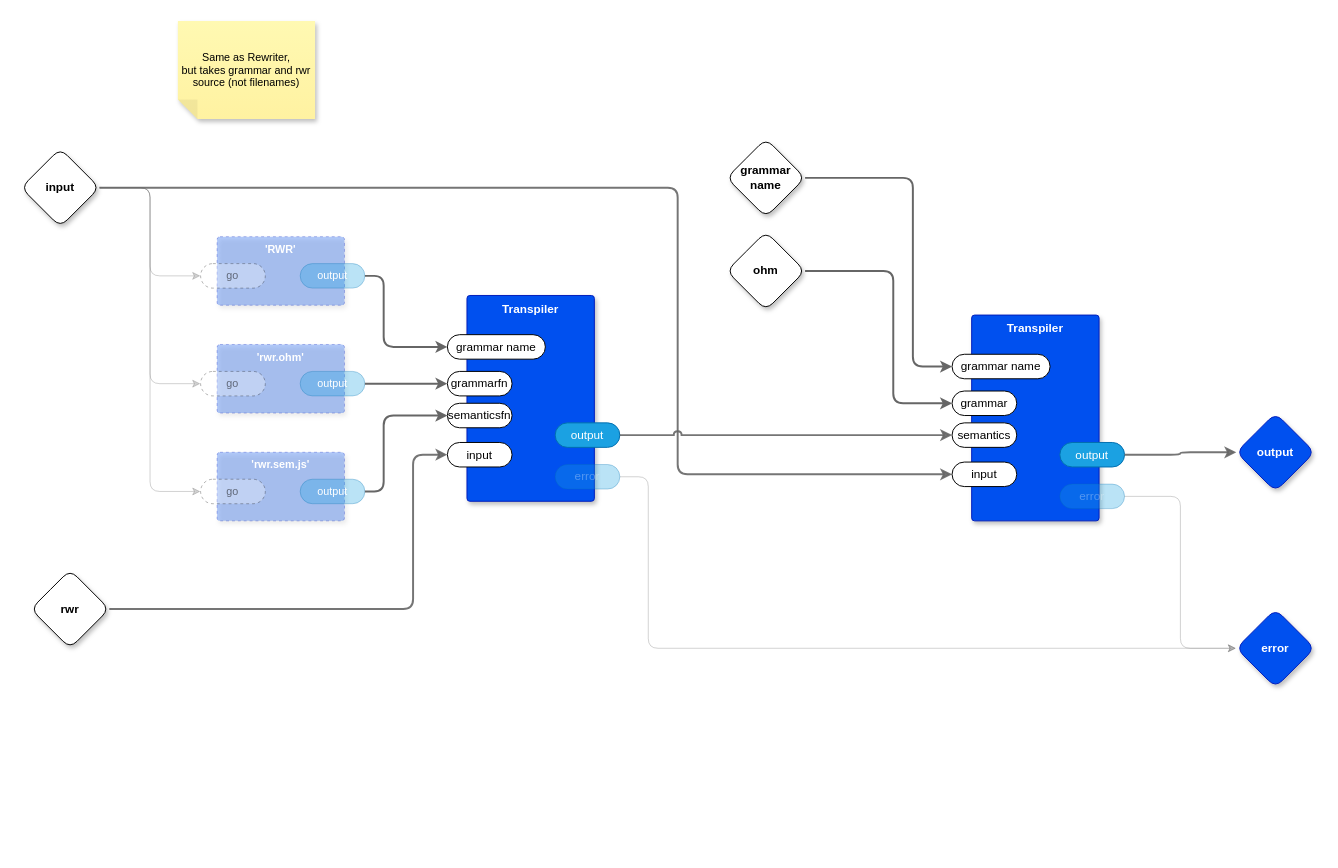
This is page "iRewriter" (13 of 24) of prolog/test.drawio from guitarvydas/transpiler, a draw.io file, before an edit. Source tidied: cells renumbered, new cells numbered last; positions are measured from the earlier drawing's top-left corner, leaving out a move shared by most shapes. Both pictures are drawn from the tidied source at 98%, with x=0, y=0 at pixel (21, 21).
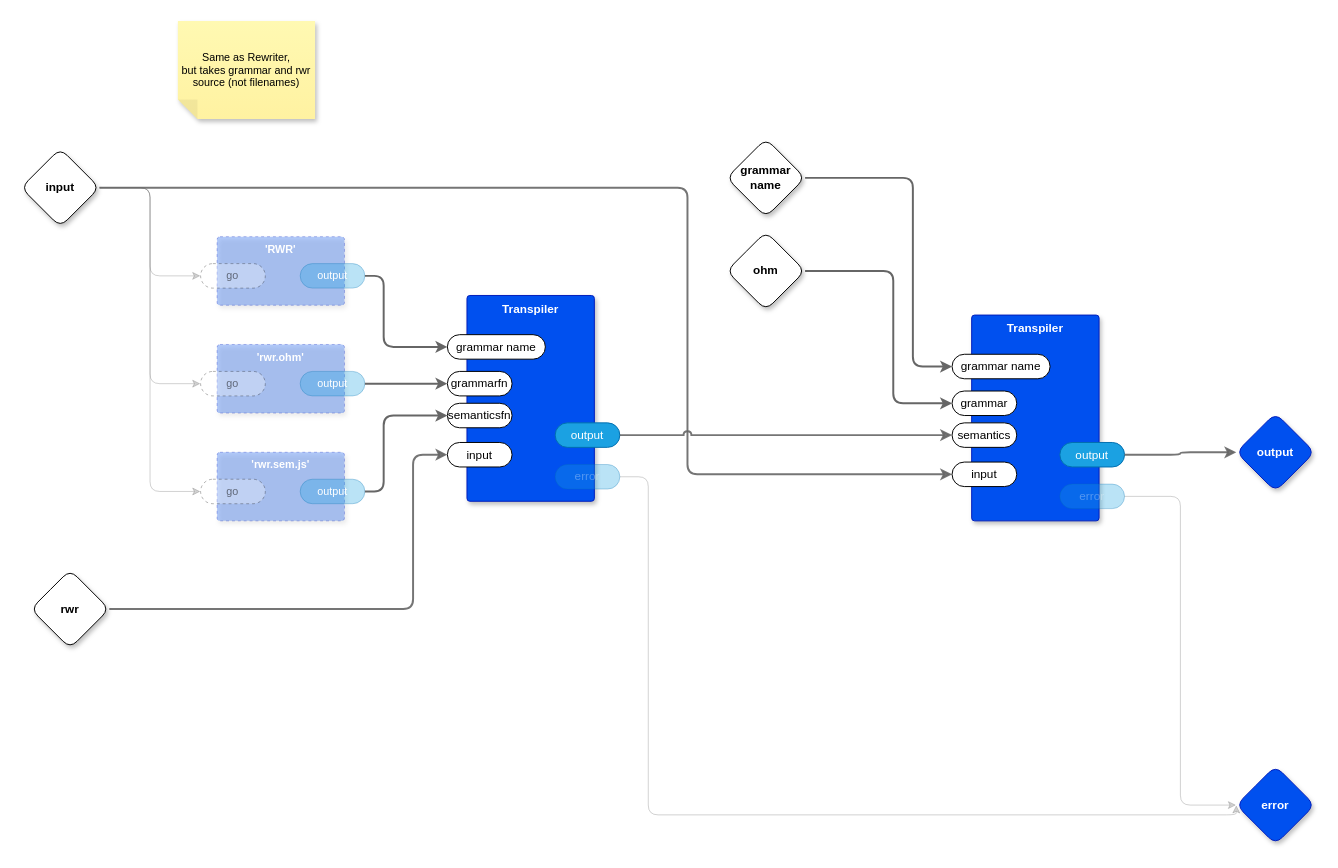
Above is the later version.

Unchanged cells that the change refers to:
```xml
<mxCell id="8" value="output" style="rounded=1;whiteSpace=wrap;html=1;sketch=0;points=[[0,0.5,0,0,0],[1,0.5,0,0,0]];fillColor=#1ba1e2;fontColor=#ffffff;strokeColor=#006EAF;arcSize=50;" parent="3" vertex="1">
  <mxGeometry x="90" y="130" width="66" height="25" as="geometry" />
</mxCell>
<mxCell id="9" value="error" style="rounded=1;whiteSpace=wrap;html=1;sketch=0;points=[[0,0.5,0,0,0],[1,0.5,0,0,0]];fillColor=#1ba1e2;fontColor=#ffffff;strokeColor=#006EAF;arcSize=50;opacity=30;textOpacity=30;" parent="3" vertex="1">
  <mxGeometry x="90" y="172.5" width="66" height="25" as="geometry" />
</mxCell>
<mxCell id="15" value="input" style="rhombus;whiteSpace=wrap;html=1;rounded=1;fontStyle=1;glass=0;sketch=0;fontSize=12;points=[[0,0.5,0,0,0],[0.5,0,0,0,0],[0.5,1,0,0,0],[1,0.5,0,0,0]];shadow=1;" parent="1" vertex="1">
  <mxGeometry y="130" width="80" height="80" as="geometry" />
</mxCell>
<mxCell id="30" value="semantics" style="rounded=1;whiteSpace=wrap;html=1;sketch=0;points=[[0,0.5,0,0,0],[1,0.5,0,0,0]];arcSize=50;" parent="28" vertex="1">
  <mxGeometry x="-20" y="110" width="66" height="25" as="geometry" />
</mxCell>
<mxCell id="32" value="input" style="rounded=1;whiteSpace=wrap;html=1;sketch=0;points=[[0,0.5,0,0,0],[1,0.5,0,0,0]];arcSize=50;" parent="28" vertex="1">
  <mxGeometry x="-20" y="150" width="66" height="25" as="geometry" />
</mxCell>
```

Diff of the diagram source:
```diff
@@
     <mxCell id="10" value="error" style="rhombus;whiteSpace=wrap;html=1;rounded=1;fillColor=#0050ef;fontColor=#ffffff;strokeColor=#001DBC;fontStyle=1;glass=0;sketch=0;fontSize=12;points=[[0,0.5,0,0,0],[0.5,0,0,0,0],[0.5,1,0,0,0],[1,0.5,0,0,0]];shadow=1;" parent="1" vertex="1">
-      <mxGeometry x="1240" y="600" width="80" height="80" as="geometry" />
+      <mxGeometry x="1240" y="760" width="80" height="80" as="geometry" />
     </mxCell>
@@
     <mxCell id="14" style="edgeStyle=orthogonalEdgeStyle;shape=connector;rounded=1;jumpStyle=arc;jettySize=auto;html=1;exitX=1;exitY=0.5;exitDx=0;exitDy=0;exitPerimeter=0;entryX=0;entryY=0.5;entryDx=0;entryDy=0;entryPerimeter=0;labelBackgroundColor=default;strokeColor=#666666;strokeWidth=2;fontFamily=Helvetica;fontSize=11;fontColor=default;endArrow=classic;fillColor=#f5f5f5;opacity=90;" parent="1" edge="1" source="15" target="32">
       <mxGeometry relative="1" as="geometry">
         <Array as="points">
-          <mxPoint x="670" y="170" />
-          <mxPoint x="670" y="463" />
+          <mxPoint x="680" y="170" />
+          <mxPoint x="680" y="463" />
         </Array>
       </mxGeometry>
     </mxCell>
@@
     <mxCell id="39" style="edgeStyle=orthogonalEdgeStyle;shape=connector;rounded=1;jumpStyle=arc;jettySize=auto;html=1;exitX=1;exitY=0.5;exitDx=0;exitDy=0;exitPerimeter=0;entryX=0;entryY=0.5;entryDx=0;entryDy=0;entryPerimeter=0;labelBackgroundColor=default;strokeColor=#666666;strokeWidth=1;fontFamily=Helvetica;fontSize=11;fontColor=default;endArrow=classic;fillColor=#f5f5f5;opacity=30;" parent="1" edge="1" source="9" target="10">
       <mxGeometry relative="1" as="geometry">
         <Array as="points">
           <mxPoint x="640" y="465" />
-          <mxPoint x="640" y="640" />
+          <mxPoint x="640" y="810" />
+          <mxPoint x="1240" y="810" />
         </Array>
       </mxGeometry>
     </mxCell>
-    <mxCell id="40" style="edgeStyle=orthogonalEdgeStyle;shape=connector;rounded=1;jumpStyle=arc;jettySize=auto;html=1;exitX=1;exitY=0.5;exitDx=0;exitDy=0;exitPerimeter=0;entryX=0;entryY=0.5;entryDx=0;entryDy=0;entryPerimeter=0;labelBackgroundColor=default;strokeColor=#666666;strokeWidth=2;fontFamily=Helvetica;fontSize=11;fontColor=default;endArrow=classic;fillColor=#f5f5f5;opacity=90;" parent="1" edge="1" source="8" target="30">
-      <mxGeometry relative="1" as="geometry" />
-    </mxCell>
@@
+    <mxCell id="40" style="edgeStyle=orthogonalEdgeStyle;shape=connector;rounded=1;jumpStyle=arc;jettySize=auto;html=1;exitX=1;exitY=0.5;exitDx=0;exitDy=0;exitPerimeter=0;labelBackgroundColor=default;strokeColor=#666666;strokeWidth=2;fontFamily=Helvetica;fontSize=11;fontColor=default;endArrow=classic;fillColor=#f5f5f5;opacity=90;" parent="1" edge="1" source="8" target="30">
+      <mxGeometry relative="1" as="geometry" />
+    </mxCell>
```
